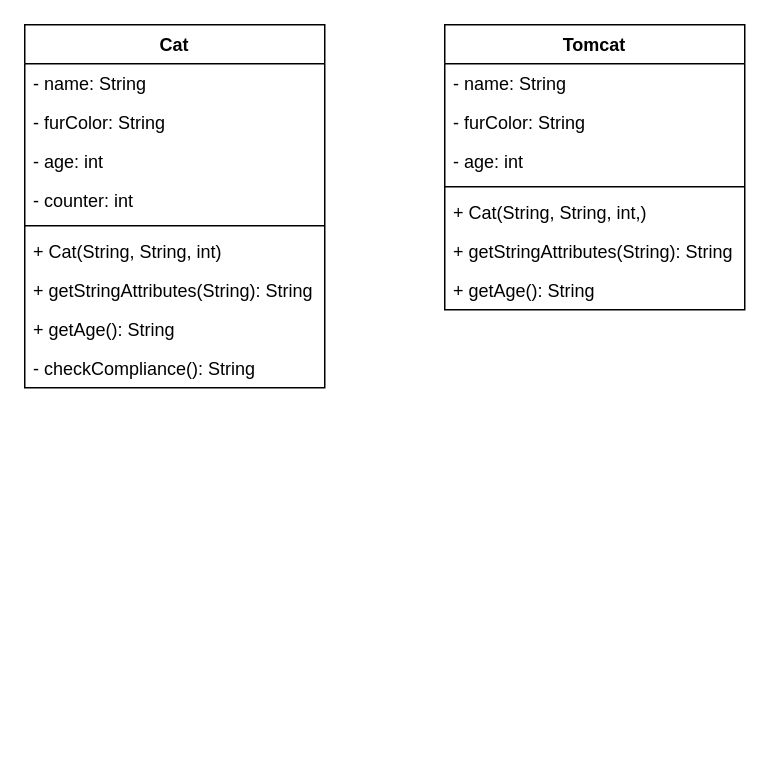
The draw.io diagram page "Cat-Tomcat" (3 of 4) of klassendiagramm.drawio in SEA786/03b_Vererbung_Inheritance, before the edit. Source tidied: cells renumbered, new cells numbered last; positions are measured from the earlier drawing's top-left corner, leaving out a move shared by most shapes. Both pictures are drawn from the tidied source at 150%, with x=0, y=0 at pixel (24, 24).
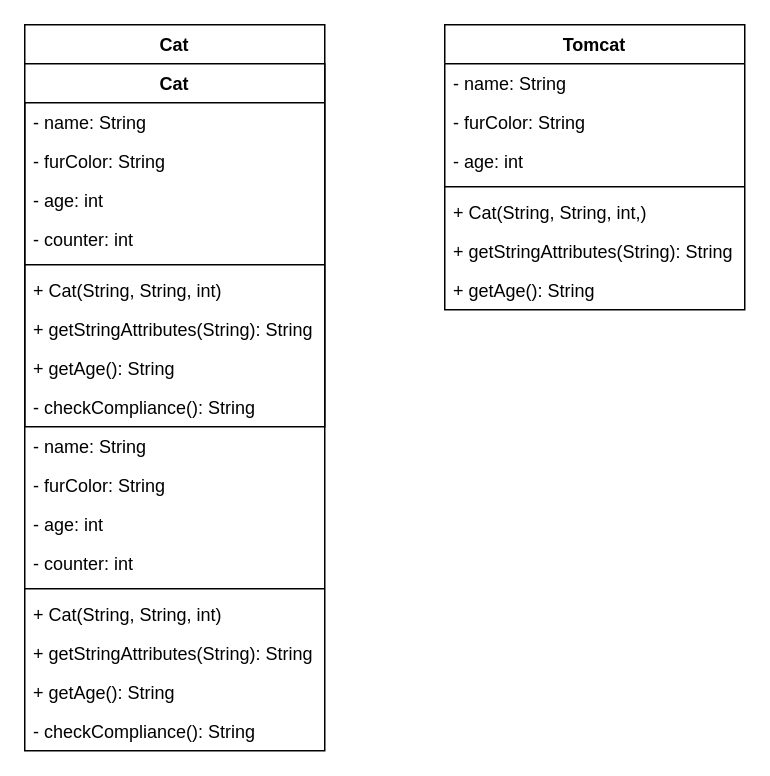
Above is the later version.

Change to the diagram source:
```diff
@@
     <mxCell id="2" value="Cat" style="swimlane;fontStyle=1;align=center;verticalAlign=top;horizontal=1;startSize=26;" parent="1" vertex="1">
-      <mxGeometry width="200" height="242" as="geometry" />
+      <mxGeometry width="200" height="484" as="geometry" />
     </mxCell>
+    <mxCell id="20" value="Cat" style="swimlane;fontStyle=1;align=center;verticalAlign=top;horizontal=1;startSize=26;" parent="2" vertex="1">
+      <mxGeometry y="26" width="200" height="242" as="geometry" />
+    </mxCell>
+    <mxCell id="21" value="- name: String" style="text;strokeColor=none;fillColor=none;align=left;verticalAlign=top;spacingLeft=4;spacingRight=4;overflow=hidden;" parent="20" vertex="1">
+      <mxGeometry y="26" width="200" height="26" as="geometry" />
+    </mxCell>
+    <mxCell id="22" value="- furColor: String" style="text;strokeColor=none;fillColor=none;align=left;verticalAlign=top;spacingLeft=4;spacingRight=4;overflow=hidden;" parent="20" vertex="1">
+      <mxGeometry y="52" width="200" height="26" as="geometry" />
+    </mxCell>
+    <mxCell id="23" value="- age: int" style="text;strokeColor=none;fillColor=none;align=left;verticalAlign=top;spacingLeft=4;spacingRight=4;overflow=hidden;" parent="20" vertex="1">
+      <mxGeometry y="78" width="200" height="26" as="geometry" />
+    </mxCell>
+    <mxCell id="24" value="- counter: int" style="text;strokeColor=none;fillColor=none;align=left;verticalAlign=top;spacingLeft=4;spacingRight=4;overflow=hidden;" parent="20" vertex="1">
+      <mxGeometry y="104" width="200" height="26" as="geometry" />
+    </mxCell>
+    <mxCell id="25" style="line;strokeWidth=1;fillColor=none;align=left;verticalAlign=middle;spacingTop=-1;spacingLeft=3;spacingRight=3;labelPosition=right;strokeColor=inherit;" parent="20" vertex="1">
+      <mxGeometry y="130" width="200" height="8" as="geometry" />
+    </mxCell>
+    <mxCell id="26" value="+ Cat(String, String, int)" style="text;strokeColor=none;fillColor=none;align=left;verticalAlign=top;spacingLeft=4;spacingRight=4;overflow=hidden;" parent="20" vertex="1">
+      <mxGeometry y="138" width="200" height="26" as="geometry" />
+    </mxCell>
+    <mxCell id="27" value="+ getStringAttributes(String): String" style="text;strokeColor=none;fillColor=none;align=left;verticalAlign=top;spacingLeft=4;spacingRight=4;overflow=hidden;" parent="20" vertex="1">
+      <mxGeometry y="164" width="200" height="26" as="geometry" />
+    </mxCell>
+    <mxCell id="28" value="+ getAge(): String" style="text;strokeColor=none;fillColor=none;align=left;verticalAlign=top;spacingLeft=4;spacingRight=4;overflow=hidden;" parent="20" vertex="1">
+      <mxGeometry y="190" width="200" height="26" as="geometry" />
+    </mxCell>
+    <mxCell id="29" value="- checkCompliance(): String" style="text;strokeColor=none;fillColor=none;align=left;verticalAlign=top;spacingLeft=4;spacingRight=4;overflow=hidden;" parent="20" vertex="1">
+      <mxGeometry y="216" width="200" height="26" as="geometry" />
+    </mxCell>
     <mxCell id="3" value="- name: String" style="text;strokeColor=none;fillColor=none;align=left;verticalAlign=top;spacingLeft=4;spacingRight=4;overflow=hidden;" parent="2" vertex="1">
-      <mxGeometry y="26" width="200" height="26" as="geometry" />
+      <mxGeometry y="268" width="200" height="26" as="geometry" />
     </mxCell>
     <mxCell id="4" value="- furColor: String" style="text;strokeColor=none;fillColor=none;align=left;verticalAlign=top;spacingLeft=4;spacingRight=4;overflow=hidden;" parent="2" vertex="1">
-      <mxGeometry y="52" width="200" height="26" as="geometry" />
+      <mxGeometry y="294" width="200" height="26" as="geometry" />
     </mxCell>
     <mxCell id="5" value="- age: int" style="text;strokeColor=none;fillColor=none;align=left;verticalAlign=top;spacingLeft=4;spacingRight=4;overflow=hidden;" parent="2" vertex="1">
-      <mxGeometry y="78" width="200" height="26" as="geometry" />
+      <mxGeometry y="320" width="200" height="26" as="geometry" />
     </mxCell>
     <mxCell id="6" value="- counter: int" style="text;strokeColor=none;fillColor=none;align=left;verticalAlign=top;spacingLeft=4;spacingRight=4;overflow=hidden;" parent="2" vertex="1">
-      <mxGeometry y="104" width="200" height="26" as="geometry" />
+      <mxGeometry y="346" width="200" height="26" as="geometry" />
     </mxCell>
     <mxCell id="7" style="line;strokeWidth=1;fillColor=none;align=left;verticalAlign=middle;spacingTop=-1;spacingLeft=3;spacingRight=3;labelPosition=right;strokeColor=inherit;" parent="2" vertex="1">
-      <mxGeometry y="130" width="200" height="8" as="geometry" />
+      <mxGeometry y="372" width="200" height="8" as="geometry" />
     </mxCell>
     <mxCell id="8" value="+ Cat(String, String, int)" style="text;strokeColor=none;fillColor=none;align=left;verticalAlign=top;spacingLeft=4;spacingRight=4;overflow=hidden;" parent="2" vertex="1">
-      <mxGeometry y="138" width="200" height="26" as="geometry" />
+      <mxGeometry y="380" width="200" height="26" as="geometry" />
     </mxCell>
     <mxCell id="9" value="+ getStringAttributes(String): String" style="text;strokeColor=none;fillColor=none;align=left;verticalAlign=top;spacingLeft=4;spacingRight=4;overflow=hidden;" parent="2" vertex="1">
-      <mxGeometry y="164" width="200" height="26" as="geometry" />
+      <mxGeometry y="406" width="200" height="26" as="geometry" />
     </mxCell>
     <mxCell id="10" value="+ getAge(): String" style="text;strokeColor=none;fillColor=none;align=left;verticalAlign=top;spacingLeft=4;spacingRight=4;overflow=hidden;" parent="2" vertex="1">
-      <mxGeometry y="190" width="200" height="26" as="geometry" />
+      <mxGeometry y="432" width="200" height="26" as="geometry" />
     </mxCell>
     <mxCell id="11" value="- checkCompliance(): String" style="text;strokeColor=none;fillColor=none;align=left;verticalAlign=top;spacingLeft=4;spacingRight=4;overflow=hidden;" parent="2" vertex="1">
-      <mxGeometry y="216" width="200" height="26" as="geometry" />
+      <mxGeometry y="458" width="200" height="26" as="geometry" />
     </mxCell>
```
